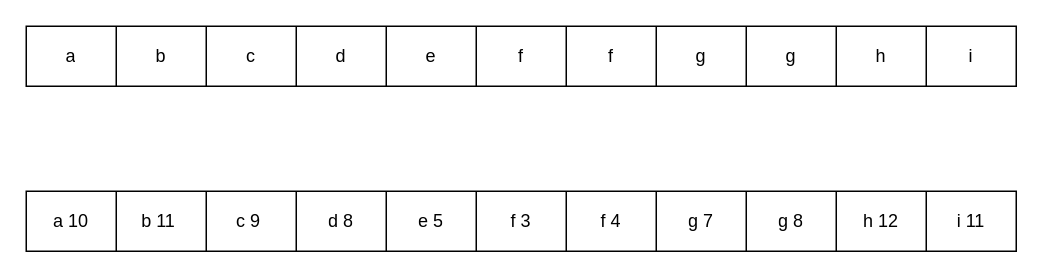
erlieStar/diagrams keeps this draw.io diagram as mysql/索引.drawio. Above is the earlier version. Source tidied: cells renumbered, new cells numbered last; positions are measured from the earlier drawing's top-left corner, leaving out a move shared by most shapes. Both pictures are drawn from the tidied source at 150%, with x=0, y=0 at pixel (26, 26).
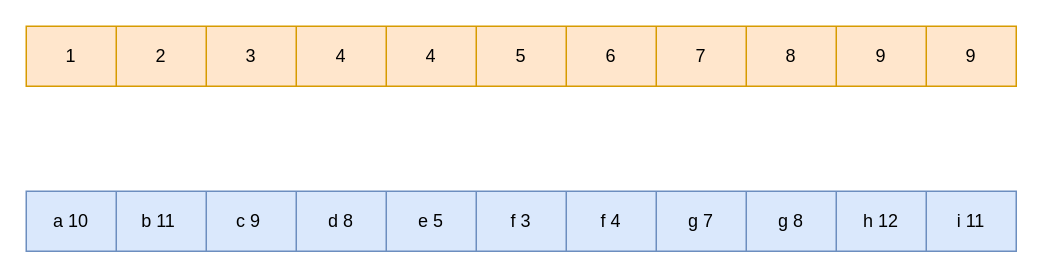
Above is the later version.

Unchanged cells that the change refers to:
```xml
<mxCell id="3" style="shape=partialRectangle;html=1;whiteSpace=wrap;fillColor=none;top=0;left=0;bottom=0;right=0;" parent="2" vertex="1">
  <mxGeometry width="660" height="40" as="geometry" />
</mxCell>
```

The edit, as a diff of the source:
```diff
@@
-    <mxCell id="2" style="shape=table;html=1;whiteSpace=wrap;startSize=0;childLayout=tableLayout;" parent="1" vertex="1">
+    <mxCell id="2" style="shape=table;html=1;whiteSpace=wrap;startSize=0;childLayout=tableLayout;fillColor=#ffe6cc;strokeColor=#d79b00;" parent="1" vertex="1">
       <mxGeometry width="660" height="40" as="geometry" />
     </mxCell>
@@
-    <mxCell id="4" value="a" style="shape=partialRectangle;html=1;whiteSpace=wrap;fillColor=none;top=0;left=0;bottom=0;right=0;overflow=hidden;" parent="3" vertex="1">
+    <mxCell id="4" value="1" style="shape=partialRectangle;html=1;whiteSpace=wrap;fillColor=none;top=0;left=0;bottom=0;right=0;overflow=hidden;" parent="3" vertex="1">
       <mxGeometry width="60" height="40" as="geometry" />
     </mxCell>
-    <mxCell id="5" value="b" style="shape=partialRectangle;html=1;whiteSpace=wrap;fillColor=none;top=0;left=0;bottom=0;right=0;overflow=hidden;" parent="3" vertex="1">
+    <mxCell id="5" value="2" style="shape=partialRectangle;html=1;whiteSpace=wrap;fillColor=none;top=0;left=0;bottom=0;right=0;overflow=hidden;" parent="3" vertex="1">
       <mxGeometry x="60" width="60" height="40" as="geometry" />
     </mxCell>
-    <mxCell id="6" value="c" style="shape=partialRectangle;html=1;whiteSpace=wrap;fillColor=none;top=0;left=0;bottom=0;right=0;overflow=hidden;" parent="3" vertex="1">
+    <mxCell id="6" value="3" style="shape=partialRectangle;html=1;whiteSpace=wrap;fillColor=none;top=0;left=0;bottom=0;right=0;overflow=hidden;" parent="3" vertex="1">
       <mxGeometry x="120" width="60" height="40" as="geometry" />
     </mxCell>
-    <mxCell id="7" value="d" style="shape=partialRectangle;html=1;whiteSpace=wrap;fillColor=none;top=0;left=0;bottom=0;right=0;overflow=hidden;" parent="3" vertex="1">
+    <mxCell id="7" value="4" style="shape=partialRectangle;html=1;whiteSpace=wrap;fillColor=none;top=0;left=0;bottom=0;right=0;overflow=hidden;" parent="3" vertex="1">
       <mxGeometry x="180" width="60" height="40" as="geometry" />
     </mxCell>
-    <mxCell id="8" value="e" style="shape=partialRectangle;html=1;whiteSpace=wrap;fillColor=none;top=0;left=0;bottom=0;right=0;overflow=hidden;" parent="3" vertex="1">
+    <mxCell id="8" value="4" style="shape=partialRectangle;html=1;whiteSpace=wrap;fillColor=none;top=0;left=0;bottom=0;right=0;overflow=hidden;" parent="3" vertex="1">
       <mxGeometry x="240" width="60" height="40" as="geometry" />
     </mxCell>
-    <mxCell id="9" value="f" style="shape=partialRectangle;html=1;whiteSpace=wrap;fillColor=none;top=0;left=0;bottom=0;right=0;overflow=hidden;" parent="3" vertex="1">
+    <mxCell id="9" value="5" style="shape=partialRectangle;html=1;whiteSpace=wrap;fillColor=none;top=0;left=0;bottom=0;right=0;overflow=hidden;" parent="3" vertex="1">
       <mxGeometry x="300" width="60" height="40" as="geometry" />
     </mxCell>
-    <mxCell id="10" value="f" style="shape=partialRectangle;html=1;whiteSpace=wrap;fillColor=none;top=0;left=0;bottom=0;right=0;overflow=hidden;" parent="3" vertex="1">
+    <mxCell id="10" value="6" style="shape=partialRectangle;html=1;whiteSpace=wrap;fillColor=none;top=0;left=0;bottom=0;right=0;overflow=hidden;" parent="3" vertex="1">
       <mxGeometry x="360" width="60" height="40" as="geometry" />
     </mxCell>
-    <mxCell id="11" value="g" style="shape=partialRectangle;html=1;whiteSpace=wrap;fillColor=none;top=0;left=0;bottom=0;right=0;overflow=hidden;" parent="3" vertex="1">
+    <mxCell id="11" value="7" style="shape=partialRectangle;html=1;whiteSpace=wrap;fillColor=none;top=0;left=0;bottom=0;right=0;overflow=hidden;" parent="3" vertex="1">
       <mxGeometry x="420" width="60" height="40" as="geometry" />
     </mxCell>
-    <mxCell id="12" value="g" style="shape=partialRectangle;html=1;whiteSpace=wrap;fillColor=none;top=0;left=0;bottom=0;right=0;overflow=hidden;" parent="3" vertex="1">
+    <mxCell id="12" value="8" style="shape=partialRectangle;html=1;whiteSpace=wrap;fillColor=none;top=0;left=0;bottom=0;right=0;overflow=hidden;" parent="3" vertex="1">
       <mxGeometry x="480" width="60" height="40" as="geometry" />
     </mxCell>
-    <mxCell id="13" value="h" style="shape=partialRectangle;html=1;whiteSpace=wrap;fillColor=none;top=0;left=0;bottom=0;right=0;overflow=hidden;" parent="3" vertex="1">
+    <mxCell id="13" value="9" style="shape=partialRectangle;html=1;whiteSpace=wrap;fillColor=none;top=0;left=0;bottom=0;right=0;overflow=hidden;" parent="3" vertex="1">
       <mxGeometry x="540" width="60" height="40" as="geometry" />
     </mxCell>
-    <mxCell id="14" value="i" style="shape=partialRectangle;html=1;whiteSpace=wrap;fillColor=none;top=0;left=0;bottom=0;right=0;overflow=hidden;" parent="3" vertex="1">
+    <mxCell id="14" value="9" style="shape=partialRectangle;html=1;whiteSpace=wrap;fillColor=none;top=0;left=0;bottom=0;right=0;overflow=hidden;" parent="3" vertex="1">
       <mxGeometry x="600" width="60" height="40" as="geometry" />
     </mxCell>
-    <mxCell id="15" style="shape=table;html=1;whiteSpace=wrap;startSize=0;childLayout=tableLayout;" parent="1" vertex="1">
+    <mxCell id="15" style="shape=table;html=1;whiteSpace=wrap;startSize=0;childLayout=tableLayout;fillColor=#dae8fc;strokeColor=#6c8ebf;" parent="1" vertex="1">
       <mxGeometry y="110" width="660" height="40" as="geometry" />
     </mxCell>
```
